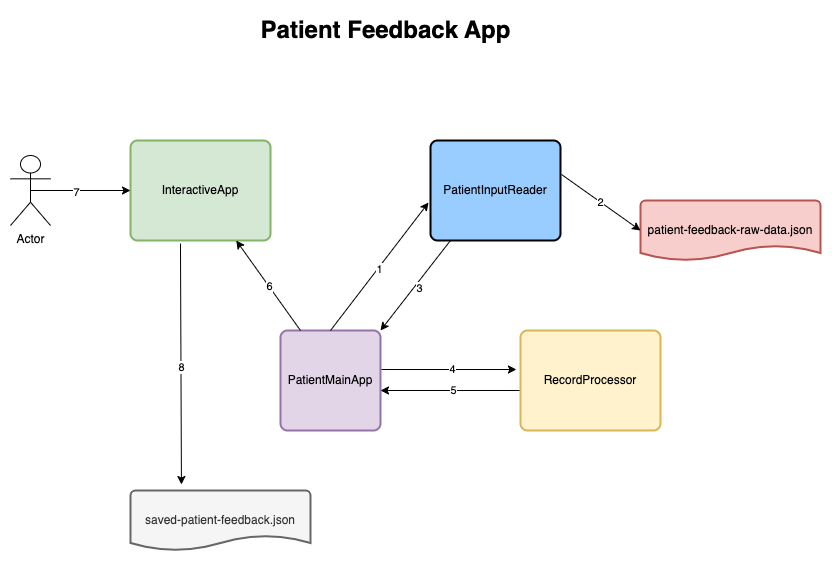
The draw.io diagram architecture.drawio.png in vhatgadkar/patient-feedback-app, before a commit. Source tidied: cells renumbered, new cells last; positions are measured from the earlier drawing's top-left corner, leaving out a move shared by most shapes.
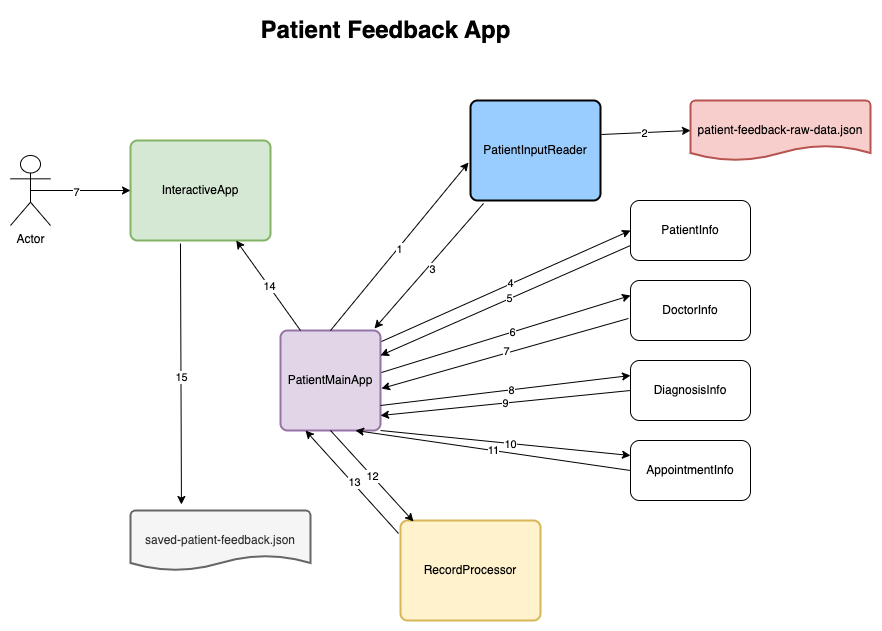
Above is the later version.

Diff of the diagram source:
```diff
@@ -9,19 +9,19 @@
       <mxGeometry x="270" y="320" width="100" height="100" as="geometry" />
     </mxCell>
     <mxCell id="4" value="patient-feedback-raw-data.json" style="strokeWidth=2;html=1;shape=mxgraph.flowchart.document2;whiteSpace=wrap;size=0.25;fillColor=#f8cecc;strokeColor=#b85450;" parent="1" vertex="1">
-      <mxGeometry x="630" y="190" width="180" height="60" as="geometry" />
+      <mxGeometry x="680" y="90" width="180" height="60" as="geometry" />
     </mxCell>
     <mxCell id="5" value="PatientInputReader" style="rounded=1;whiteSpace=wrap;html=1;absoluteArcSize=1;arcSize=14;strokeWidth=2;fillColor=#99CCFF;" parent="1" vertex="1">
-      <mxGeometry x="420" y="130" width="130" height="100" as="geometry" />
+      <mxGeometry x="460" y="90" width="130" height="100" as="geometry" />
     </mxCell>
     <mxCell id="6" value="RecordProcessor" style="rounded=1;whiteSpace=wrap;html=1;absoluteArcSize=1;arcSize=14;strokeWidth=2;fillColor=#fff2cc;strokeColor=#d6b656;" parent="1" vertex="1">
-      <mxGeometry x="510" y="320" width="140" height="100" as="geometry" />
+      <mxGeometry x="390" y="510" width="140" height="100" as="geometry" />
     </mxCell>
     <mxCell id="7" value="InteractiveApp" style="rounded=1;whiteSpace=wrap;html=1;absoluteArcSize=1;arcSize=14;strokeWidth=2;fillColor=#d5e8d4;strokeColor=#82b366;" parent="1" vertex="1">
       <mxGeometry x="120" y="130" width="140" height="100" as="geometry" />
     </mxCell>
     <mxCell id="8" value="saved-patient-feedback.json" style="strokeWidth=2;html=1;shape=mxgraph.flowchart.document2;whiteSpace=wrap;size=0.25;fillColor=#f5f5f5;fontColor=#333333;strokeColor=#666666;" parent="1" vertex="1">
-      <mxGeometry x="120" y="480" width="180" height="60" as="geometry" />
+      <mxGeometry x="120" y="500" width="180" height="60" as="geometry" />
     </mxCell>
     <mxCell id="9" style="endArrow=classic;html=1;rounded=0;exitX=0.5;exitY=0.5;exitDx=0;exitDy=0;exitPerimeter=0;entryX=0;entryY=0.5;entryDx=0;entryDy=0;" parent="1" edge="1" source="2" target="7">
       <mxGeometry relative="1" as="geometry" />
@@ -41,24 +41,20 @@
     <mxCell id="14" value="2" style="edgeLabel;html=1;align=center;verticalAlign=middle;" parent="13" vertex="1">
       <mxGeometry x="-0.03" relative="1" as="geometry" />
     </mxCell>
-    <mxCell id="15" style="endArrow=classic;html=1;rounded=0;entryX=1;entryY=0;entryDx=0;entryDy=0;" parent="1" edge="1" target="3">
-      <mxGeometry relative="1" as="geometry">
-        <mxPoint x="440" y="230" as="sourcePoint" />
-      </mxGeometry>
+    <mxCell id="15" style="endArrow=classic;html=1;rounded=0;entryX=0.94;entryY=-0.02;entryDx=0;entryDy=0;exitX=0.1;exitY=1.03;exitDx=0;exitDy=0;exitPerimeter=0;entryPerimeter=0;" parent="1" edge="1" source="5" target="3">
+      <mxGeometry relative="1" as="geometry" />
     </mxCell>
     <mxCell id="16" value="3" style="edgeLabel;html=1;align=center;verticalAlign=middle;" parent="15" vertex="1">
       <mxGeometry y="4" relative="1" as="geometry" />
     </mxCell>
-    <mxCell id="17" style="endArrow=classic;html=1;rounded=0;exitX=1.01;exitY=0.39;exitDx=0;exitDy=0;exitPerimeter=0;entryX=-0.029;entryY=0.39;entryDx=0;entryDy=0;entryPerimeter=0;" parent="1" edge="1" source="3" target="6">
+    <mxCell id="17" style="endArrow=classic;html=1;rounded=0;exitX=1.01;exitY=0.11;exitDx=0;exitDy=0;exitPerimeter=0;entryX=0;entryY=0.5;entryDx=0;entryDy=0;" parent="1" edge="1" source="3" target="26">
       <mxGeometry relative="1" as="geometry" />
     </mxCell>
     <mxCell id="18" value="4" style="edgeLabel;html=1;align=center;verticalAlign=middle;" parent="17" vertex="1">
       <mxGeometry x="0.03" y="1" relative="1" as="geometry" />
     </mxCell>
-    <mxCell id="19" style="endArrow=classic;html=1;rounded=0;exitX=-0.007;exitY=0.6;exitDx=0;exitDy=0;exitPerimeter=0;" parent="1" edge="1" source="6">
-      <mxGeometry relative="1" as="geometry">
-        <mxPoint x="370" y="380" as="targetPoint" />
-      </mxGeometry>
+    <mxCell id="19" style="endArrow=classic;html=1;rounded=0;exitX=0;exitY=0.75;exitDx=0;exitDy=0;entryX=1;entryY=0.25;entryDx=0;entryDy=0;" parent="1" edge="1" source="26" target="3">
+      <mxGeometry relative="1" as="geometry" />
     </mxCell>
     <mxCell id="20" value="5" style="edgeLabel;html=1;align=center;verticalAlign=middle;" parent="19" vertex="1">
       <mxGeometry x="-0.04" y="-1" relative="1" as="geometry" />
@@ -68,17 +64,79 @@
         <mxPoint x="290" y="320" as="sourcePoint" />
       </mxGeometry>
     </mxCell>
-    <mxCell id="22" value="6" style="edgeLabel;html=1;align=center;verticalAlign=middle;" parent="21" vertex="1">
+    <mxCell id="22" value="14" style="edgeLabel;html=1;align=center;verticalAlign=middle;" parent="21" vertex="1">
       <mxGeometry relative="1" as="geometry" />
     </mxCell>
     <mxCell id="23" style="endArrow=classic;html=1;rounded=0;exitX=0.357;exitY=1.03;exitDx=0;exitDy=0;exitPerimeter=0;entryX=0.283;entryY=-0.1;entryDx=0;entryDy=0;entryPerimeter=0;" parent="1" edge="1" source="7" target="8">
       <mxGeometry relative="1" as="geometry" />
     </mxCell>
-    <mxCell id="24" value="8" style="edgeLabel;html=1;align=center;verticalAlign=middle;" parent="23" vertex="1">
+    <mxCell id="24" value="15" style="edgeLabel;html=1;align=center;verticalAlign=middle;" parent="23" vertex="1">
       <mxGeometry x="0.03" relative="1" as="geometry" />
     </mxCell>
     <mxCell id="25" value="Patient Feedback App" style="text;strokeColor=none;fillColor=none;html=1;fontSize=24;fontStyle=1;verticalAlign=middle;align=center;" parent="1" vertex="1">
       <mxGeometry x="240" width="270" height="40" as="geometry" />
     </mxCell>
+    <mxCell id="26" value="PatientInfo" style="rounded=1;whiteSpace=wrap;html=1;" parent="1" vertex="1">
+      <mxGeometry x="620" y="190" width="120" height="60" as="geometry" />
+    </mxCell>
+    <mxCell id="27" value="DoctorInfo" style="rounded=1;whiteSpace=wrap;html=1;" parent="1" vertex="1">
+      <mxGeometry x="620" y="270" width="120" height="60" as="geometry" />
+    </mxCell>
+    <mxCell id="28" style="endArrow=classic;html=1;rounded=0;exitX=1.01;exitY=0.42;exitDx=0;exitDy=0;entryX=0;entryY=0.25;entryDx=0;entryDy=0;exitPerimeter=0;" parent="1" edge="1" source="3" target="27">
+      <mxGeometry relative="1" as="geometry" />
+    </mxCell>
+    <mxCell id="29" value="6" style="edgeLabel;html=1;align=center;verticalAlign=middle;" parent="28" vertex="1">
+      <mxGeometry x="0.05" relative="1" as="geometry" />
+    </mxCell>
+    <mxCell id="30" style="endArrow=classic;html=1;rounded=0;exitX=-0.017;exitY=0.633;exitDx=0;exitDy=0;exitPerimeter=0;entryX=1.01;entryY=0.58;entryDx=0;entryDy=0;entryPerimeter=0;" parent="1" edge="1" source="27" target="3">
+      <mxGeometry relative="1" as="geometry" />
+    </mxCell>
+    <mxCell id="31" value="7" style="edgeLabel;html=1;align=center;verticalAlign=middle;" parent="30" vertex="1">
+      <mxGeometry x="-0.01" y="-2" relative="1" as="geometry" />
+    </mxCell>
+    <mxCell id="32" value="DiagnosisInfo" style="rounded=1;whiteSpace=wrap;html=1;" parent="1" vertex="1">
+      <mxGeometry x="620" y="350" width="120" height="60" as="geometry" />
+    </mxCell>
+    <mxCell id="33" value="AppointmentInfo" style="rounded=1;whiteSpace=wrap;html=1;" parent="1" vertex="1">
+      <mxGeometry x="620" y="430" width="120" height="60" as="geometry" />
+    </mxCell>
+    <mxCell id="34" style="endArrow=classic;html=1;rounded=0;exitX=1;exitY=0.75;exitDx=0;exitDy=0;entryX=0;entryY=0.25;entryDx=0;entryDy=0;" parent="1" edge="1" source="3" target="32">
+      <mxGeometry relative="1" as="geometry" />
+    </mxCell>
+    <mxCell id="35" value="8" style="edgeLabel;html=1;align=center;verticalAlign=middle;" parent="34" vertex="1">
+      <mxGeometry x="0.04" relative="1" as="geometry" />
+    </mxCell>
+    <mxCell id="36" style="endArrow=classic;html=1;rounded=0;exitX=0;exitY=0.5;exitDx=0;exitDy=0;entryX=1;entryY=0.85;entryDx=0;entryDy=0;entryPerimeter=0;" parent="1" edge="1" source="32" target="3">
+      <mxGeometry relative="1" as="geometry" />
+    </mxCell>
+    <mxCell id="37" value="9" style="edgeLabel;html=1;align=center;verticalAlign=middle;" parent="36" vertex="1">
+      <mxGeometry x="0.01" relative="1" as="geometry" />
+    </mxCell>
+    <mxCell id="38" style="endArrow=classic;html=1;rounded=0;exitX=1;exitY=1;exitDx=0;exitDy=0;entryX=0;entryY=0.25;entryDx=0;entryDy=0;" parent="1" edge="1" source="3" target="33">
+      <mxGeometry relative="1" as="geometry" />
+    </mxCell>
+    <mxCell id="39" value="10" style="edgeLabel;html=1;align=center;verticalAlign=middle;" parent="38" vertex="1">
+      <mxGeometry x="0.03" y="-1" relative="1" as="geometry" />
+    </mxCell>
+    <mxCell id="40" style="endArrow=classic;html=1;rounded=0;exitX=0;exitY=0.5;exitDx=0;exitDy=0;entryX=0.75;entryY=1;entryDx=0;entryDy=0;" parent="1" edge="1" source="33" target="3">
+      <mxGeometry relative="1" as="geometry" />
+    </mxCell>
+    <mxCell id="41" value="11" style="edgeLabel;html=1;align=center;verticalAlign=middle;" parent="40" vertex="1">
+      <mxGeometry relative="1" as="geometry" />
+    </mxCell>
+    <mxCell id="42" style="endArrow=classic;html=1;rounded=0;entryX=0.093;entryY=0.01;entryDx=0;entryDy=0;entryPerimeter=0;exitX=0.5;exitY=1;exitDx=0;exitDy=0;" parent="1" edge="1" source="3" target="6">
+      <mxGeometry relative="1" as="geometry" />
+    </mxCell>
+    <mxCell id="43" value="12" style="edgeLabel;html=1;align=center;verticalAlign=middle;" parent="42" vertex="1">
+      <mxGeometry y="1" relative="1" as="geometry">
+        <mxPoint x="-1" as="offset" />
+      </mxGeometry>
+    </mxCell>
+    <mxCell id="44" style="endArrow=classic;html=1;rounded=0;exitX=-0.014;exitY=0.13;exitDx=0;exitDy=0;exitPerimeter=0;entryX=0.25;entryY=1;entryDx=0;entryDy=0;" parent="1" edge="1" source="6" target="3">
+      <mxGeometry relative="1" as="geometry" />
+    </mxCell>
+    <mxCell id="45" value="13" style="edgeLabel;html=1;align=center;verticalAlign=middle;" parent="44" vertex="1">
+      <mxGeometry x="-0.02" y="-1" relative="1" as="geometry" />
+    </mxCell>
   </root>
 </mxGraphModel>
```
